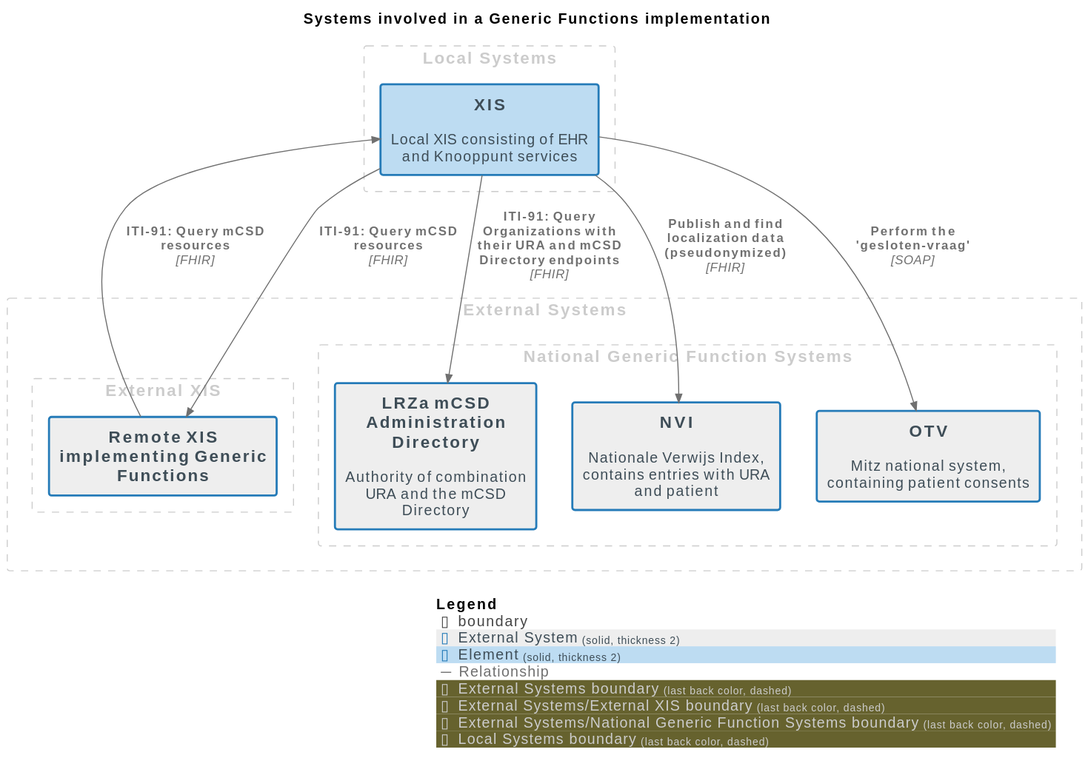
This is docs/images/structurizr-GF_SystemContext.svg from nuts-foundation/nuts-knooppunt, a PlantUML export, as it was before one commit.
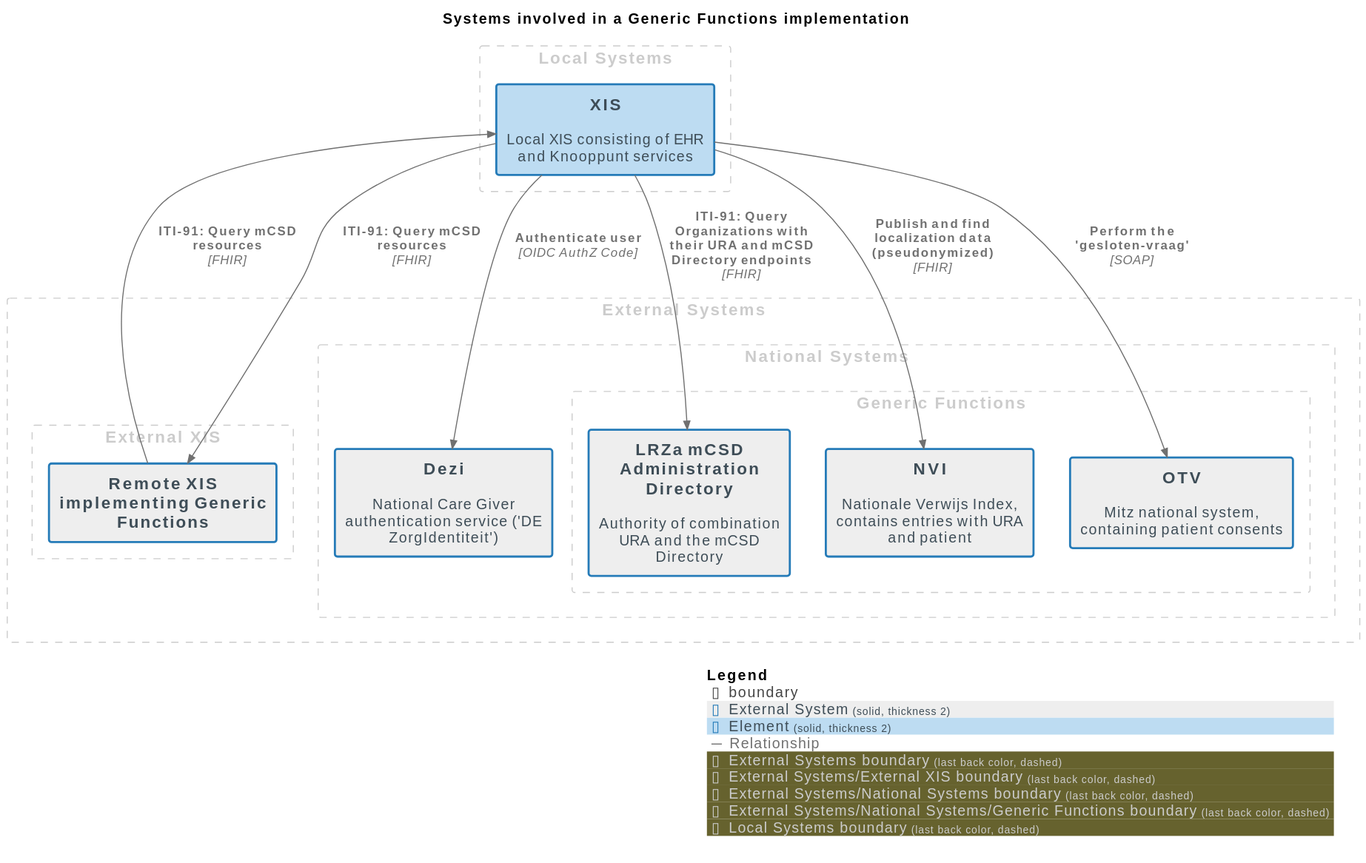
The same diagram one commit later.

Change to the diagram source:
```diff
@@ -19,17 +19,22 @@
       System(RemoteXISimplementingGenericFunctions, "Remote XIS\nimplementing Generic Functions", $descr="", $tags="External System", $link="")
     }
 
-    AddBoundaryTag("External Systems/National Generic Function Systems", $borderColor="#cccccc", $fontColor="#cccccc", $borderStyle="dashed")
-    Boundary(group_3, "National Generic Function Systems", $tags="External Systems/National Generic Function Systems") {
-      System(LRZamCSDAdministrationDirectory, "LRZa mCSD Administration Directory", $descr="Authority of combination URA and the mCSD Directory", $tags="External System", $link="")
-      System(NVI, "NVI", $descr="Nationale Verwijs Index, contains entries with URA and patient", $tags="External System", $link="")
-      System(OTV, "OTV", $descr="Mitz national system, containing patient consents", $tags="External System", $link="")
+    AddBoundaryTag("External Systems/National Systems", $borderColor="#cccccc", $fontColor="#cccccc", $borderStyle="dashed")
+    Boundary(group_3, "National Systems", $tags="External Systems/National Systems") {
+      System(Dezi, "Dezi", $descr="National Care Giver authentication service ('DE ZorgIdentiteit')", $tags="External System", $link="")
+        AddBoundaryTag("External Systems/National Systems/Generic Functions", $borderColor="#cccccc", $fontColor="#cccccc", $borderStyle="dashed")
+        Boundary(group_4, "Generic Functions", $tags="External Systems/National Systems/Generic Functions") {
+          System(LRZamCSDAdministrationDirectory, "LRZa mCSD Administration Directory", $descr="Authority of combination URA and the mCSD Directory", $tags="External System", $link="")
+          System(NVI, "NVI", $descr="Nationale Verwijs Index, contains entries with URA and patient", $tags="External System", $link="")
+          System(OTV, "OTV", $descr="Mitz national system, containing patient consents", $tags="External System", $link="")
+        }
+
     }
 
 }
 
 AddBoundaryTag("Local Systems", $borderColor="#cccccc", $fontColor="#cccccc", $borderStyle="dashed")
-Boundary(group_4, "Local Systems", $tags="Local Systems") {
+Boundary(group_5, "Local Systems", $tags="Local Systems") {
   System(XIS, "XIS", $descr="Local XIS consisting of EHR and Knooppunt services", $tags="Element", $link="")
 }
 
@@ -39,6 +44,7 @@
 Rel(XIS, RemoteXISimplementingGenericFunctions, "ITI-91: Query mCSD resources", $techn="FHIR", $tags="Relationship", $link="")
 Rel(XIS, NVI, "Publish and find localization data\n(pseudonymized)", $techn="FHIR", $tags="Relationship", $link="")
 Rel(XIS, OTV, "Perform the 'gesloten-vraag'", $techn="SOAP", $tags="Relationship", $link="")
+Rel(XIS, Dezi, "Authenticate user", $techn="OIDC AuthZ Code", $tags="Relationship", $link="")
 
 SHOW_LEGEND(true)
 @enduml
```
